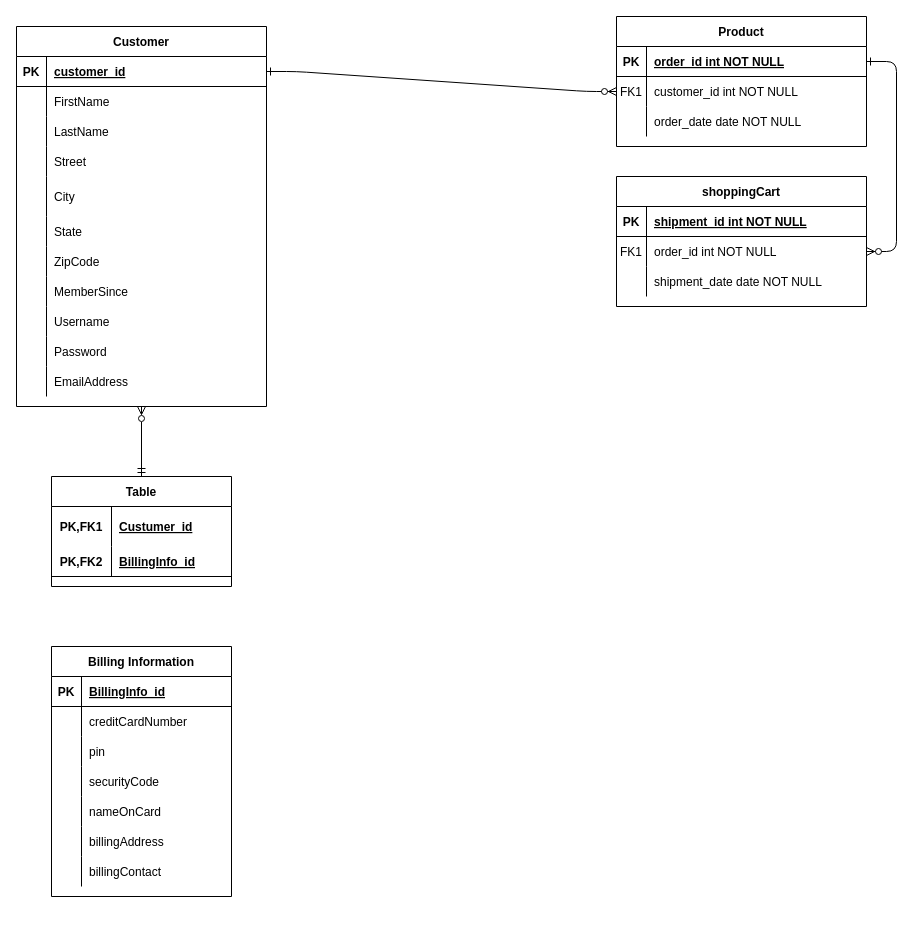
Above: eCommerseERD.drawio in aamrlyman/Practice-Repo (draw.io), before the change. Source tidied: cells renumbered, new cells numbered last; positions are measured from the earlier drawing's top-left corner, leaving out a move shared by most shapes. Both pictures are drawn from the tidied source at 100%, with x=0, y=0 at pixel (16, 16).
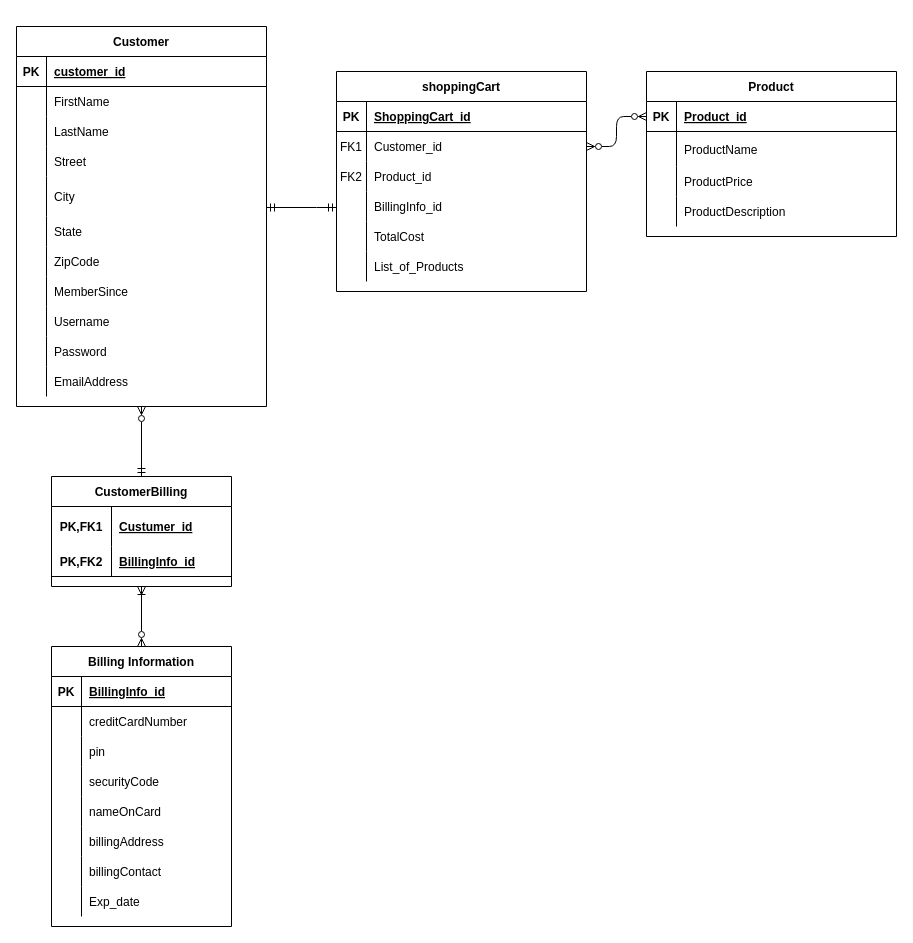
The same diagram, later.

The change refers to these unchanged cells:
```xml
<mxCell id="5" style="shape=partialRectangle;fillColor=none;points=[[0,0.5],[1,0.5]];portConstraint=eastwest;top=0;left=0;right=0;bottom=1;" parent="4" vertex="1">
  <mxGeometry y="30" width="250" height="30" as="geometry" />
</mxCell>
<mxCell id="15" style="shape=partialRectangle;fillColor=none;top=0;left=0;right=0;bottom=1;" parent="14" vertex="1">
  <mxGeometry y="30" width="250" height="30" as="geometry" />
</mxCell>
<mxCell id="18" style="shape=partialRectangle;fillColor=none;points=[[0,0.5],[1,0.5]];portConstraint=eastwest;top=0;left=0;right=0;bottom=0;" parent="14" vertex="1">
  <mxGeometry y="60" width="250" height="30" as="geometry" />
</mxCell>
<mxCell id="21" style="shape=partialRectangle;fillColor=none;top=0;left=0;right=0;bottom=0;" parent="14" vertex="1">
  <mxGeometry y="90" width="250" height="30" as="geometry" />
</mxCell>
<mxCell id="25" style="shape=partialRectangle;fillColor=none;points=[[0,0.5],[1,0.5]];portConstraint=eastwest;top=0;left=0;right=0;bottom=1;" parent="24" vertex="1">
  <mxGeometry y="30" width="250" height="30" as="geometry" />
</mxCell>
```

Diff of the diagram source:
```diff
@@
-    <mxCell id="2" style="edgeStyle=entityRelationEdgeStyle;endArrow=ERzeroToMany;startArrow=ERone;endFill=1;startFill=0;" parent="1" edge="1" source="25" target="8">
-      <mxGeometry relative="1" as="geometry" />
-    </mxCell>
-    <mxCell id="3" style="edgeStyle=entityRelationEdgeStyle;endArrow=ERzeroToMany;startArrow=ERone;endFill=1;startFill=0;" parent="1" edge="1" source="5" target="18">
+    <mxCell id="3" style="edgeStyle=entityRelationEdgeStyle;endArrow=ERzeroToMany;startArrow=ERzeroToMany;endFill=0;startFill=0;" parent="1" edge="1" source="5" target="18">
       <mxGeometry relative="1" as="geometry" />
     </mxCell>
     <mxCell id="4" value="Product" style="shape=table;startSize=30;childLayout=tableLayout;rowLines=0;fontStyle=1;align=center;" parent="1" vertex="1">
-      <mxGeometry x="600" width="250" height="130" as="geometry" />
+      <mxGeometry x="630" y="55" width="250" height="165" as="geometry" />
     </mxCell>
@@
-    <mxCell id="7" value="order_id int NOT NULL " style="shape=partialRectangle;overflow=hidden;fillColor=none;top=0;left=0;bottom=0;right=0;align=left;spacingLeft=6;fontStyle=5;" parent="5" vertex="1">
+    <mxCell id="7" value="Product_id" style="shape=partialRectangle;overflow=hidden;fillColor=none;top=0;left=0;bottom=0;right=0;align=left;spacingLeft=6;fontStyle=5;" parent="5" vertex="1">
       <mxGeometry x="30" width="220" height="30" as="geometry" />
     </mxCell>
     <mxCell id="8" style="shape=partialRectangle;fillColor=none;points=[[0,0.5],[1,0.5]];portConstraint=eastwest;top=0;left=0;right=0;bottom=0;" parent="4" vertex="1">
-      <mxGeometry y="60" width="250" height="30" as="geometry" />
+      <mxGeometry y="60" width="250" height="35" as="geometry" />
     </mxCell>
-    <mxCell id="9" value="FK1" style="shape=partialRectangle;overflow=hidden;fillColor=none;top=0;left=0;bottom=0;right=0;" parent="8" vertex="1">
-      <mxGeometry width="30" height="30" as="geometry" />
+    <mxCell id="9" style="shape=partialRectangle;overflow=hidden;fillColor=none;top=0;left=0;bottom=0;right=0;" parent="8" vertex="1">
+      <mxGeometry width="30" height="35" as="geometry" />
     </mxCell>
-    <mxCell id="10" value="customer_id int NOT NULL" style="shape=partialRectangle;overflow=hidden;fillColor=none;top=0;left=0;bottom=0;right=0;align=left;spacingLeft=6;" parent="8" vertex="1">
-      <mxGeometry x="30" width="220" height="30" as="geometry" />
+    <mxCell id="10" value="ProductName" style="shape=partialRectangle;overflow=hidden;fillColor=none;top=0;left=0;bottom=0;right=0;align=left;spacingLeft=6;" parent="8" vertex="1">
+      <mxGeometry x="30" width="220" height="35" as="geometry" />
     </mxCell>
     <mxCell id="11" style="shape=partialRectangle;fillColor=none;top=0;left=0;right=0;bottom=0;" parent="4" vertex="1">
-      <mxGeometry y="90" width="250" height="30" as="geometry" />
+      <mxGeometry y="95" width="250" height="30" as="geometry" />
     </mxCell>
@@
-    <mxCell id="13" value="order_date date NOT NULL" style="shape=partialRectangle;overflow=hidden;fillColor=none;top=0;left=0;bottom=0;right=0;align=left;spacingLeft=6;" parent="11" vertex="1">
+    <mxCell id="13" value="ProductPrice" style="shape=partialRectangle;overflow=hidden;fillColor=none;top=0;left=0;bottom=0;right=0;align=left;spacingLeft=6;" parent="11" vertex="1">
       <mxGeometry x="30" width="220" height="30" as="geometry" />
     </mxCell>
+    <mxCell id="88" style="shape=partialRectangle;fillColor=none;top=0;left=0;right=0;bottom=0;" parent="4" vertex="1">
+      <mxGeometry y="125" width="250" height="30" as="geometry" />
+    </mxCell>
+    <mxCell id="89" style="shape=partialRectangle;overflow=hidden;fillColor=none;top=0;left=0;bottom=0;right=0;" parent="88" vertex="1">
+      <mxGeometry width="30" height="30" as="geometry" />
+    </mxCell>
+    <mxCell id="90" value="ProductDescription" style="shape=partialRectangle;overflow=hidden;fillColor=none;top=0;left=0;bottom=0;right=0;align=left;spacingLeft=6;" parent="88" vertex="1">
+      <mxGeometry x="30" width="220" height="30" as="geometry" />
+    </mxCell>
     <mxCell id="14" value="shoppingCart" style="shape=table;startSize=30;childLayout=tableLayout;rowLines=0;fontStyle=1;align=center;" parent="1" vertex="1">
-      <mxGeometry x="600" y="160" width="250" height="130" as="geometry" />
+      <mxGeometry x="320" y="55" width="250" height="220" as="geometry" />
     </mxCell>
@@
-    <mxCell id="17" value="shipment_id int NOT NULL " style="shape=partialRectangle;overflow=hidden;fillColor=none;top=0;left=0;bottom=0;right=0;align=left;spacingLeft=6;fontStyle=5;" parent="15" vertex="1">
+    <mxCell id="17" value="ShoppingCart_id" style="shape=partialRectangle;overflow=hidden;fillColor=none;top=0;left=0;bottom=0;right=0;align=left;spacingLeft=6;fontStyle=5;" parent="15" vertex="1">
       <mxGeometry x="30" width="220" height="30" as="geometry" />
     </mxCell>
@@
-    <mxCell id="20" value="order_id int NOT NULL" style="shape=partialRectangle;overflow=hidden;fillColor=none;top=0;left=0;bottom=0;right=0;align=left;spacingLeft=6;" parent="18" vertex="1">
+    <mxCell id="20" value="Customer_id" style="shape=partialRectangle;overflow=hidden;fillColor=none;top=0;left=0;bottom=0;right=0;align=left;spacingLeft=6;" parent="18" vertex="1">
       <mxGeometry x="30" width="220" height="30" as="geometry" />
     </mxCell>
@@
-    <mxCell id="22" style="shape=partialRectangle;overflow=hidden;fillColor=none;top=0;left=0;bottom=0;right=0;" parent="21" vertex="1">
+    <mxCell id="22" value="FK2" style="shape=partialRectangle;overflow=hidden;fillColor=none;top=0;left=0;bottom=0;right=0;" parent="21" vertex="1">
       <mxGeometry width="30" height="30" as="geometry" />
     </mxCell>
-    <mxCell id="23" value="shipment_date date NOT NULL" style="shape=partialRectangle;overflow=hidden;fillColor=none;top=0;left=0;bottom=0;right=0;align=left;spacingLeft=6;" parent="21" vertex="1">
+    <mxCell id="23" value="Product_id" style="shape=partialRectangle;overflow=hidden;fillColor=none;top=0;left=0;bottom=0;right=0;align=left;spacingLeft=6;" parent="21" vertex="1">
       <mxGeometry x="30" width="220" height="30" as="geometry" />
     </mxCell>
+    <mxCell id="91" style="shape=partialRectangle;fillColor=none;points=[[0,0.5],[1,0.5]];portConstraint=eastwest;top=0;left=0;right=0;bottom=0;" parent="14" vertex="1">
+      <mxGeometry y="120" width="250" height="30" as="geometry" />
+    </mxCell>
+    <mxCell id="92" style="shape=partialRectangle;overflow=hidden;fillColor=none;top=0;left=0;bottom=0;right=0;" parent="91" vertex="1">
+      <mxGeometry width="30" height="30" as="geometry" />
+    </mxCell>
+    <mxCell id="93" value="BillingInfo_id" style="shape=partialRectangle;overflow=hidden;fillColor=none;top=0;left=0;bottom=0;right=0;align=left;spacingLeft=6;" parent="91" vertex="1">
+      <mxGeometry x="30" width="220" height="30" as="geometry" />
+    </mxCell>
+    <mxCell id="94" style="shape=partialRectangle;fillColor=none;top=0;left=0;right=0;bottom=0;" parent="14" vertex="1">
+      <mxGeometry y="150" width="250" height="30" as="geometry" />
+    </mxCell>
+    <mxCell id="95" style="shape=partialRectangle;overflow=hidden;fillColor=none;top=0;left=0;bottom=0;right=0;" parent="94" vertex="1">
+      <mxGeometry width="30" height="30" as="geometry" />
+    </mxCell>
+    <mxCell id="96" value="TotalCost" style="shape=partialRectangle;overflow=hidden;fillColor=none;top=0;left=0;bottom=0;right=0;align=left;spacingLeft=6;" parent="94" vertex="1">
+      <mxGeometry x="30" width="220" height="30" as="geometry" />
+    </mxCell>
+    <mxCell id="97" style="shape=partialRectangle;fillColor=none;top=0;left=0;right=0;bottom=0;" parent="14" vertex="1">
+      <mxGeometry y="180" width="250" height="30" as="geometry" />
+    </mxCell>
+    <mxCell id="98" style="shape=partialRectangle;overflow=hidden;fillColor=none;top=0;left=0;bottom=0;right=0;" parent="97" vertex="1">
+      <mxGeometry width="30" height="30" as="geometry" />
+    </mxCell>
+    <mxCell id="99" value="List_of_Products" style="shape=partialRectangle;overflow=hidden;fillColor=none;top=0;left=0;bottom=0;right=0;align=left;spacingLeft=6;" parent="97" vertex="1">
+      <mxGeometry x="30" width="220" height="30" as="geometry" />
+    </mxCell>
@@
     <mxCell id="58" value="Billing Information" style="shape=table;startSize=30;childLayout=tableLayout;rowLines=0;fontStyle=1;align=center;" parent="1" vertex="1">
-      <mxGeometry x="35" y="630" width="180" height="250" as="geometry" />
+      <mxGeometry x="35" y="630" width="180" height="280" as="geometry" />
     </mxCell>
@@
+    <mxCell id="100" style="shape=tableRow;horizontal=0;startSize=0;swimlaneHead=0;swimlaneBody=0;fillColor=none;top=0;left=0;right=0;bottom=0;" parent="58" vertex="1">
+      <mxGeometry y="240" width="180" height="30" as="geometry" />
+    </mxCell>
+    <mxCell id="101" style="shape=partialRectangle;fillColor=none;top=0;left=0;bottom=0;right=0;overflow=hidden;" parent="100" vertex="1">
+      <mxGeometry width="30" height="30" as="geometry" />
+    </mxCell>
+    <mxCell id="102" value="Exp_date" style="shape=partialRectangle;fillColor=none;top=0;left=0;bottom=0;right=0;align=left;spacingLeft=6;overflow=hidden;" parent="100" vertex="1">
+      <mxGeometry x="30" width="150" height="30" as="geometry" />
+    </mxCell>
@@
+    <mxCell id="103" style="edgeStyle=orthogonalEdgeStyle;rounded=0;jettySize=auto;html=1;entryX=0.5;entryY=0;entryDx=0;entryDy=0;startArrow=ERoneToMany;startFill=0;endArrow=ERzeroToMany;endFill=0;strokeColor=default;" parent="1" edge="1" source="81" target="58">
+      <mxGeometry relative="1" as="geometry" />
+    </mxCell>
-    <mxCell id="81" value="Table" style="shape=table;startSize=30;childLayout=tableLayout;rowLines=0;fontStyle=1;align=center;" parent="1" vertex="1">
+    <mxCell id="81" value="CustomerBilling" style="shape=table;startSize=30;childLayout=tableLayout;rowLines=0;fontStyle=1;align=center;" parent="1" vertex="1">
       <mxGeometry x="35" y="460" width="180" height="110" as="geometry" />
     </mxCell>
@@
+    <mxCell id="104" style="edgeStyle=orthogonalEdgeStyle;rounded=0;jettySize=auto;html=1;startArrow=ERmandOne;startFill=0;endArrow=ERmandOne;endFill=0;strokeColor=default;" parent="1" edge="1" source="91">
+      <mxGeometry relative="1" as="geometry">
+        <mxPoint x="250" y="191" as="targetPoint" />
+        <Array as="points">
+          <mxPoint x="300" y="191" />
+          <mxPoint x="300" y="191" />
+        </Array>
+      </mxGeometry>
+    </mxCell>
```
